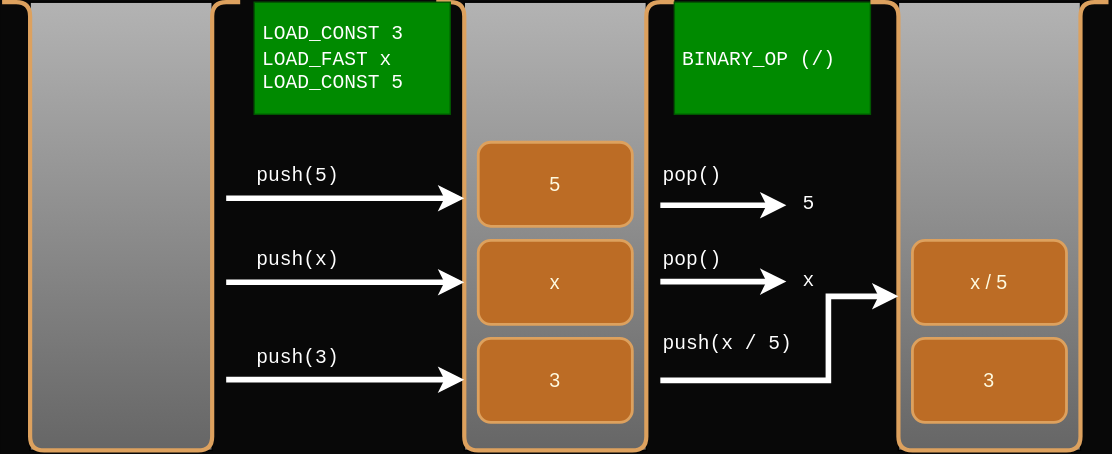
Above: 3-Stacks/images/stack4.svg in JAC-CS-Programming-4-W24/Notes (draw.io), before the change. Source tidied: cells renumbered, new cells last; positions are measured from the earlier drawing's top-left corner, leaving out a move shared by most shapes.
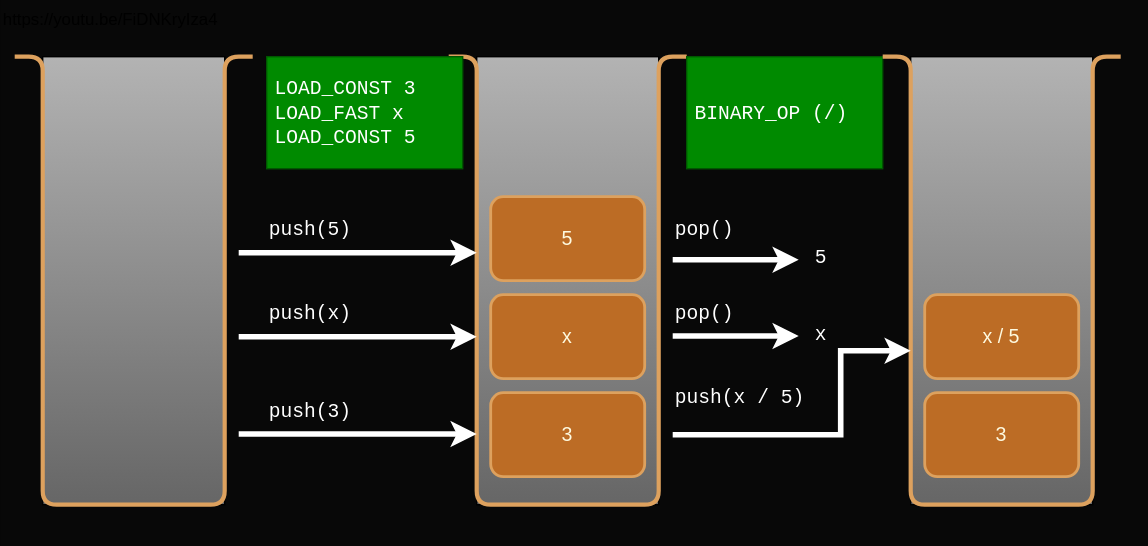
Above is the later version.

What changed in the source:
```diff
@@ -154,5 +154,8 @@
     <mxCell id="33" value="x / 5" style="text;html=1;strokeColor=none;fillColor=none;align=center;verticalAlign=middle;whiteSpace=wrap;rounded=0;fontSize=14;fontColor=#FEFAE0;" parent="1" vertex="1">
       <mxGeometry x="675" y="185" width="60" height="30" as="geometry" />
     </mxCell>
+    <mxCell id="34" value="https://youtu.be/FiDNKryIza4" style="text;whiteSpace=wrap;" parent="1" vertex="1">
+      <mxGeometry x="-10" y="-40" width="820" height="390" as="geometry" />
+    </mxCell>
   </root>
 </mxGraphModel>
```
